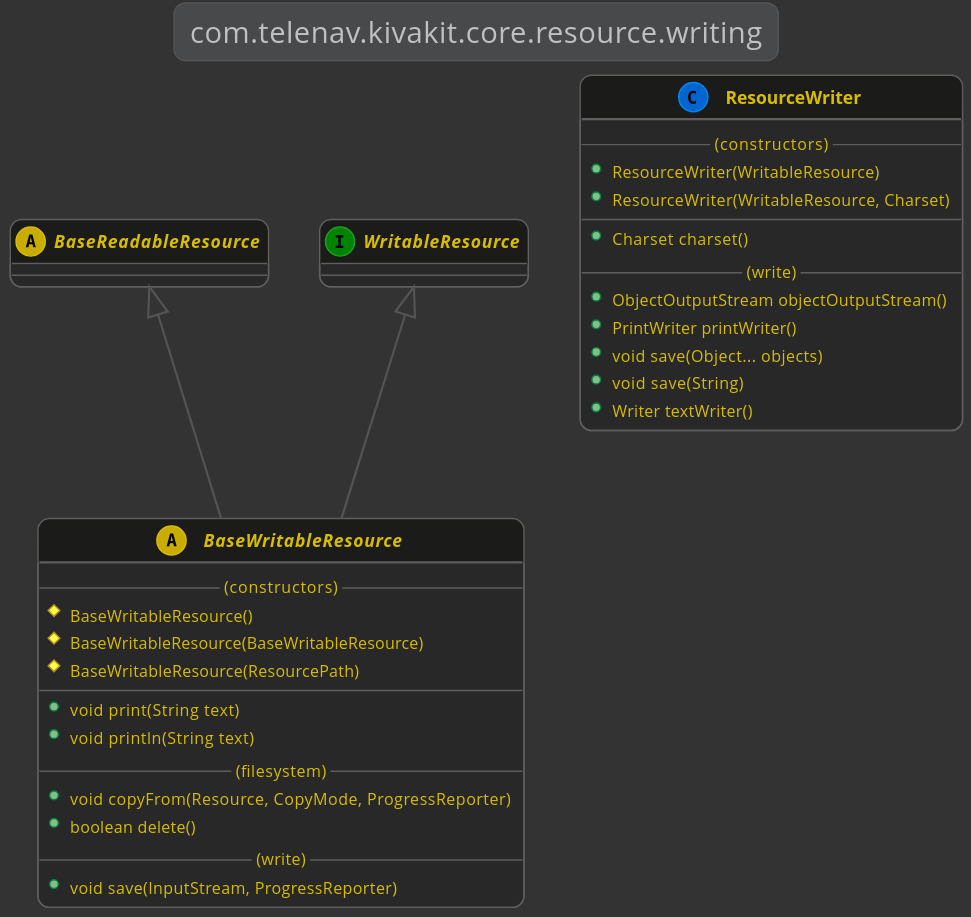
Above: kivakit-core/resource/documentation/diagrams/com.telenav.kivakit.core.resource.writing.svg in Telenav/kivakit (PlantUML), before the change.
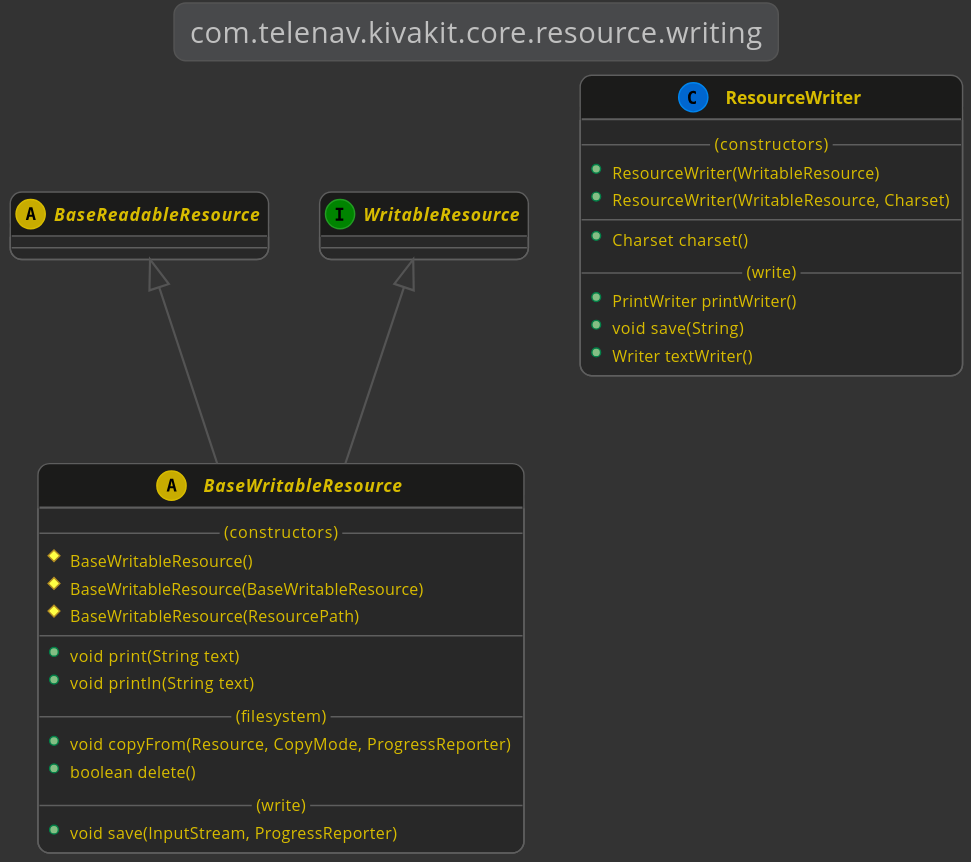
The same file after the commit.

Diff of the diagram source:
```diff
@@ -34,9 +34,7 @@
         --
         +Charset charset()
         --(write)--
-        +ObjectOutputStream objectOutputStream()
         +PrintWriter printWriter()
-        +void save(Object... objects)
         +void save(String)
         +Writer textWriter()
     }
```
